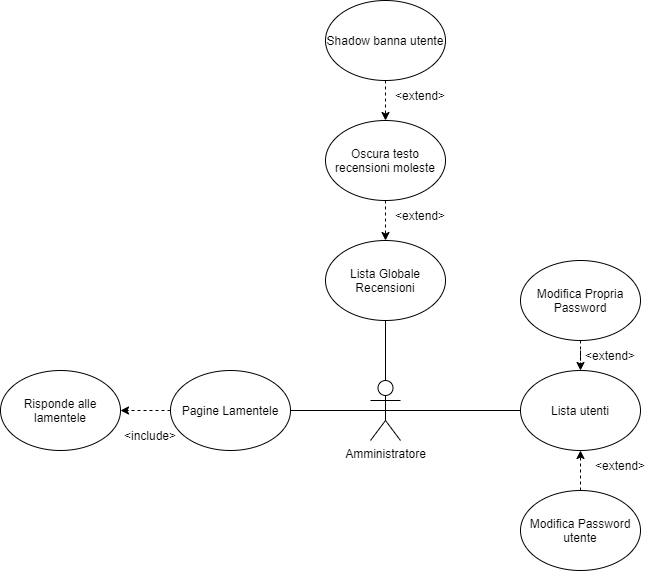
The draw.io diagram UML/UCD_admin.png in G15-UniTN/iSpesa, before a commit. Source tidied: cells renumbered, new cells last; positions are measured from the earlier drawing's top-left corner, leaving out a move shared by most shapes.
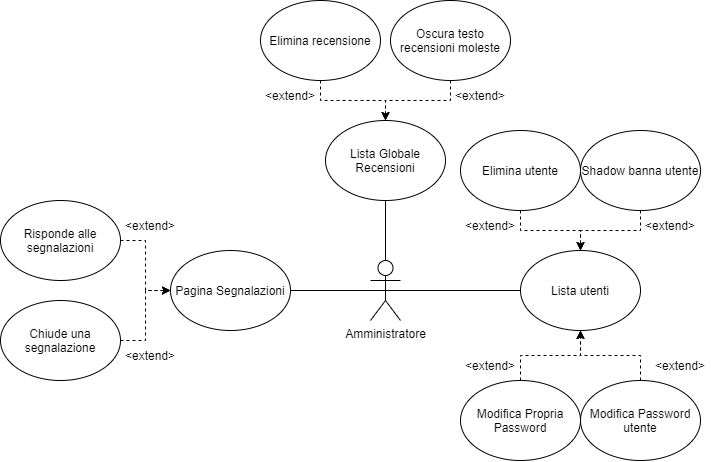
Above is the later version.

The edit, as a diff of the source:
```diff
@@ -14,11 +14,11 @@
     <mxCell id="5" value="Amministratore" style="shape=umlActor;verticalLabelPosition=bottom;verticalAlign=top;html=1;outlineConnect=0;" parent="1" vertex="1">
       <mxGeometry x="370" y="380" width="30" height="60" as="geometry" />
     </mxCell>
-    <mxCell id="6" style="edgeStyle=orthogonalEdgeStyle;rounded=0;jettySize=auto;html=1;exitX=0.5;exitY=1;exitDx=0;exitDy=0;startArrow=none;startFill=0;dashed=1;" parent="1" edge="1" source="7" target="8">
+    <mxCell id="6" style="edgeStyle=orthogonalEdgeStyle;rounded=0;jettySize=auto;html=1;dashed=1;" parent="1" edge="1" source="7" target="8">
       <mxGeometry relative="1" as="geometry" />
     </mxCell>
     <mxCell id="7" value="Modifica Propria Password" style="ellipse;whiteSpace=wrap;html=1;" parent="1" vertex="1">
-      <mxGeometry x="520" y="260" width="120" height="80" as="geometry" />
+      <mxGeometry x="460" y="500" width="120" height="80" as="geometry" />
     </mxCell>
     <mxCell id="8" value="Lista utenti" style="ellipse;whiteSpace=wrap;html=1;" parent="1" vertex="1">
       <mxGeometry x="520" y="370" width="120" height="80" as="geometry" />
@@ -26,47 +26,74 @@
     <mxCell id="9" value="Lista Globale Recensioni" style="ellipse;whiteSpace=wrap;html=1;" parent="1" vertex="1">
       <mxGeometry x="325" y="240" width="120" height="80" as="geometry" />
     </mxCell>
-    <mxCell id="10" style="edgeStyle=orthogonalEdgeStyle;rounded=0;jettySize=auto;html=1;exitX=0;exitY=0.5;exitDx=0;exitDy=0;dashed=1;" parent="1" edge="1" source="11" target="12">
-      <mxGeometry relative="1" as="geometry" />
-    </mxCell>
-    <mxCell id="11" value="Pagine Lamentele" style="ellipse;whiteSpace=wrap;html=1;" parent="1" vertex="1">
+    <mxCell id="11" value="Pagina Segnalazioni" style="ellipse;whiteSpace=wrap;html=1;" parent="1" vertex="1">
       <mxGeometry x="170" y="370" width="120" height="80" as="geometry" />
     </mxCell>
+    <mxCell id="24" style="edgeStyle=orthogonalEdgeStyle;rounded=0;jettySize=auto;html=1;exitX=1;exitY=0.5;exitDx=0;exitDy=0;entryX=0;entryY=0.5;entryDx=0;entryDy=0;dashed=1;" parent="1" edge="1" source="12" target="11">
+      <mxGeometry relative="1" as="geometry" />
+    </mxCell>
-    <mxCell id="12" value="Risponde alle lamentele" style="ellipse;whiteSpace=wrap;html=1;" parent="1" vertex="1">
-      <mxGeometry y="370" width="120" height="80" as="geometry" />
+    <mxCell id="12" value="Chiude una segnalazione" style="ellipse;whiteSpace=wrap;html=1;" parent="1" vertex="1">
+      <mxGeometry y="420" width="120" height="80" as="geometry" />
     </mxCell>
-    <mxCell id="13" value="&amp;lt;include&amp;gt;" style="text;html=1;strokeColor=none;fillColor=none;align=center;verticalAlign=middle;whiteSpace=wrap;rounded=0;" parent="1" vertex="1">
-      <mxGeometry x="120" y="420" width="60" height="30" as="geometry" />
+    <mxCell id="13" value="&amp;lt;extend&amp;gt;" style="text;html=1;strokeColor=none;fillColor=none;align=center;verticalAlign=middle;whiteSpace=wrap;rounded=0;" parent="1" vertex="1">
+      <mxGeometry x="120" y="460" width="60" height="30" as="geometry" />
     </mxCell>
     <mxCell id="14" style="edgeStyle=orthogonalEdgeStyle;rounded=0;jettySize=auto;html=1;exitX=0.5;exitY=1;exitDx=0;exitDy=0;entryX=0.5;entryY=0;entryDx=0;entryDy=0;endArrow=classic;endFill=1;dashed=1;" parent="1" edge="1" source="15" target="9">
       <mxGeometry relative="1" as="geometry" />
     </mxCell>
     <mxCell id="15" value="Oscura testo recensioni moleste" style="ellipse;whiteSpace=wrap;html=1;" parent="1" vertex="1">
-      <mxGeometry x="325" y="120" width="120" height="80" as="geometry" />
+      <mxGeometry x="390" y="120" width="120" height="80" as="geometry" />
     </mxCell>
-    <mxCell id="16" style="edgeStyle=orthogonalEdgeStyle;rounded=0;jettySize=auto;html=1;exitX=0.5;exitY=1;exitDx=0;exitDy=0;dashed=1;endArrow=classic;endFill=1;" parent="1" edge="1" source="17" target="15">
-      <mxGeometry relative="1" as="geometry" />
-    </mxCell>
+    <mxCell id="25" style="edgeStyle=orthogonalEdgeStyle;rounded=0;jettySize=auto;html=1;exitX=0.5;exitY=1;exitDx=0;exitDy=0;dashed=1;" parent="1" edge="1" source="17" target="8">
+      <mxGeometry relative="1" as="geometry" />
+    </mxCell>
     <mxCell id="17" value="Shadow banna utente" style="ellipse;whiteSpace=wrap;html=1;" parent="1" vertex="1">
-      <mxGeometry x="325" width="120" height="80" as="geometry" />
+      <mxGeometry x="580" y="250" width="120" height="80" as="geometry" />
     </mxCell>
-    <mxCell id="18" value="&amp;lt;extend&amp;gt;" style="text;html=1;strokeColor=none;fillColor=none;align=center;verticalAlign=middle;whiteSpace=wrap;rounded=0;" parent="1" vertex="1">
-      <mxGeometry x="390" y="80" width="60" height="30" as="geometry" />
-    </mxCell>
     <mxCell id="19" value="&amp;lt;extend&amp;gt;" style="text;html=1;strokeColor=none;fillColor=none;align=center;verticalAlign=middle;whiteSpace=wrap;rounded=0;" parent="1" vertex="1">
-      <mxGeometry x="390" y="200" width="60" height="30" as="geometry" />
+      <mxGeometry x="450" y="200" width="60" height="30" as="geometry" />
     </mxCell>
     <mxCell id="20" style="edgeStyle=orthogonalEdgeStyle;rounded=0;jettySize=auto;html=1;exitX=0.5;exitY=0;exitDx=0;exitDy=0;entryX=0.5;entryY=1;entryDx=0;entryDy=0;dashed=1;endArrow=classic;endFill=1;" parent="1" edge="1" source="21" target="8">
       <mxGeometry relative="1" as="geometry" />
     </mxCell>
     <mxCell id="21" value="Modifica Password utente" style="ellipse;whiteSpace=wrap;html=1;" parent="1" vertex="1">
-      <mxGeometry x="520" y="490" width="120" height="80" as="geometry" />
+      <mxGeometry x="580" y="500" width="120" height="80" as="geometry" />
     </mxCell>
     <mxCell id="22" value="&amp;lt;extend&amp;gt;" style="text;html=1;strokeColor=none;fillColor=none;align=center;verticalAlign=middle;whiteSpace=wrap;rounded=0;" parent="1" vertex="1">
-      <mxGeometry x="590" y="450" width="60" height="30" as="geometry" />
+      <mxGeometry x="650" y="470" width="60" height="30" as="geometry" />
     </mxCell>
     <mxCell id="23" value="&amp;lt;extend&amp;gt;" style="text;html=1;strokeColor=none;fillColor=none;align=center;verticalAlign=middle;whiteSpace=wrap;rounded=0;" parent="1" vertex="1">
-      <mxGeometry x="580" y="340" width="60" height="30" as="geometry" />
+      <mxGeometry x="460" y="470" width="60" height="30" as="geometry" />
     </mxCell>
+    <mxCell id="26" style="edgeStyle=orthogonalEdgeStyle;rounded=0;jettySize=auto;html=1;exitX=0.5;exitY=1;exitDx=0;exitDy=0;entryX=0.5;entryY=0;entryDx=0;entryDy=0;endArrow=classic;endFill=1;dashed=1;" parent="1" edge="1" source="27" target="9">
+      <mxGeometry relative="1" as="geometry" />
+    </mxCell>
+    <mxCell id="27" value="Elimina recensione" style="ellipse;whiteSpace=wrap;html=1;" parent="1" vertex="1">
+      <mxGeometry x="260" y="120" width="120" height="80" as="geometry" />
+    </mxCell>
+    <mxCell id="28" value="&amp;lt;extend&amp;gt;" style="text;html=1;strokeColor=none;fillColor=none;align=center;verticalAlign=middle;whiteSpace=wrap;rounded=0;" parent="1" vertex="1">
+      <mxGeometry x="260" y="200" width="60" height="30" as="geometry" />
+    </mxCell>
+    <mxCell id="29" value="&amp;lt;extend&amp;gt;" style="text;html=1;strokeColor=none;fillColor=none;align=center;verticalAlign=middle;whiteSpace=wrap;rounded=0;" parent="1" vertex="1">
+      <mxGeometry x="640" y="330" width="60" height="30" as="geometry" />
+    </mxCell>
+    <mxCell id="30" style="edgeStyle=orthogonalEdgeStyle;rounded=0;jettySize=auto;html=1;exitX=1;exitY=0.5;exitDx=0;exitDy=0;entryX=0;entryY=0.5;entryDx=0;entryDy=0;dashed=1;" parent="1" edge="1" source="31" target="11">
+      <mxGeometry relative="1" as="geometry" />
+    </mxCell>
+    <mxCell id="31" value="Risponde alle segnalazioni" style="ellipse;whiteSpace=wrap;html=1;" parent="1" vertex="1">
+      <mxGeometry y="320" width="120" height="80" as="geometry" />
+    </mxCell>
+    <mxCell id="32" value="&amp;lt;extend&amp;gt;" style="text;html=1;strokeColor=none;fillColor=none;align=center;verticalAlign=middle;whiteSpace=wrap;rounded=0;" parent="1" vertex="1">
+      <mxGeometry x="120" y="330" width="60" height="30" as="geometry" />
+    </mxCell>
+    <mxCell id="33" style="edgeStyle=orthogonalEdgeStyle;rounded=0;jettySize=auto;html=1;exitX=0.5;exitY=1;exitDx=0;exitDy=0;dashed=1;" parent="1" edge="1" source="34" target="8">
+      <mxGeometry relative="1" as="geometry" />
+    </mxCell>
+    <mxCell id="34" value="Elimina utente" style="ellipse;whiteSpace=wrap;html=1;" parent="1" vertex="1">
+      <mxGeometry x="460" y="250" width="120" height="80" as="geometry" />
+    </mxCell>
+    <mxCell id="35" value="&amp;lt;extend&amp;gt;" style="text;html=1;strokeColor=none;fillColor=none;align=center;verticalAlign=middle;whiteSpace=wrap;rounded=0;" parent="1" vertex="1">
+      <mxGeometry x="460" y="330" width="60" height="30" as="geometry" />
+    </mxCell>
   </root>
 </mxGraphModel>
```
